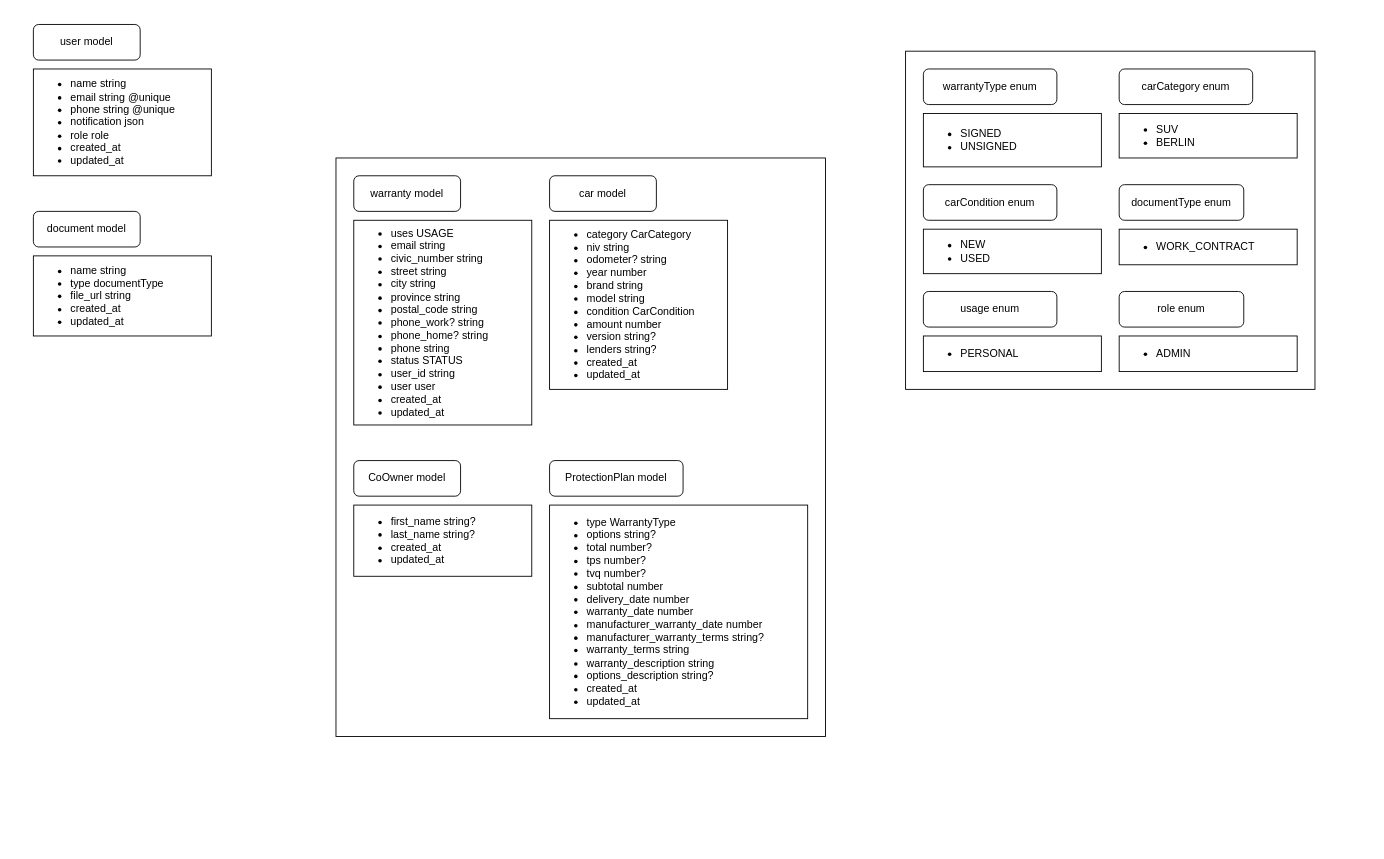
The draw.io diagram Untitled Diagram.drawio in moumbou/assistante-sociale, before the edit. Source tidied: cells renumbered, new cells numbered last; positions are measured from the earlier drawing's top-left corner, leaving out a move shared by most shapes. Both pictures are drawn from the tidied source at 89%, with x=0, y=0 at pixel (33, 24).
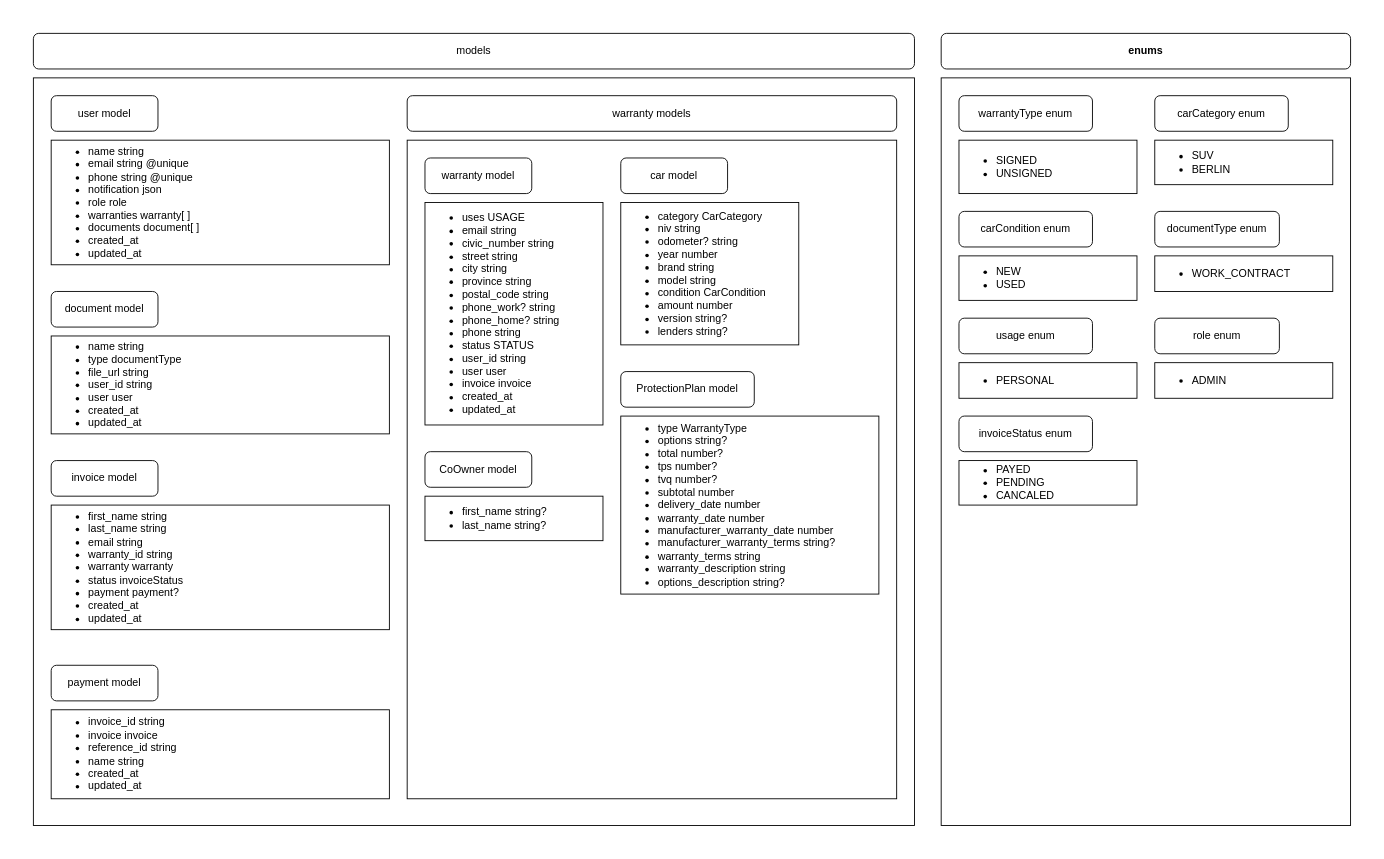
The same page after the edit.

Change to the diagram source:
```diff
@@
+    <mxCell id="28" style="rounded=0;whiteSpace=wrap;html=1;strokeColor=#FFFFFF;" parent="1" vertex="1">
+      <mxGeometry x="-20" y="-10" width="1520" height="930" as="geometry" />
+    </mxCell>
+    <mxCell id="29" style="rounded=0;whiteSpace=wrap;html=1;" parent="1" vertex="1">
+      <mxGeometry y="60" width="990" height="840" as="geometry" />
+    </mxCell>
     <mxCell id="2" style="rounded=0;whiteSpace=wrap;html=1;" parent="1" vertex="1">
-      <mxGeometry x="340" y="150" width="550" height="650" as="geometry" />
+      <mxGeometry x="420" y="130" width="550" height="740" as="geometry" />
     </mxCell>
     <mxCell id="3" style="rounded=0;whiteSpace=wrap;html=1;fillStyle=solid;" parent="1" vertex="1">
-      <mxGeometry x="980" y="30" width="460" height="380" as="geometry" />
+      <mxGeometry x="1020" y="60" width="460" height="840" as="geometry" />
     </mxCell>
-    <mxCell id="4" value="&lt;ul&gt;&lt;li&gt;name string&lt;/li&gt;&lt;li&gt;email string @unique&lt;/li&gt;&lt;li&gt;phone string @unique&lt;/li&gt;&lt;li&gt;notification json&lt;/li&gt;&lt;li&gt;role role&lt;/li&gt;&lt;li&gt;created_at&lt;/li&gt;&lt;li&gt;updated_at&lt;/li&gt;&lt;/ul&gt;" style="rounded=0;whiteSpace=wrap;html=1;align=left;" parent="1" vertex="1">
-      <mxGeometry y="50" width="200" height="120" as="geometry" />
+    <mxCell id="4" value="&lt;ul&gt;&lt;li&gt;name string&lt;/li&gt;&lt;li&gt;email string @unique&lt;/li&gt;&lt;li&gt;phone string @unique&lt;/li&gt;&lt;li&gt;notification json&lt;/li&gt;&lt;li&gt;role role&lt;/li&gt;&lt;li&gt;warranties warranty[ ]&lt;/li&gt;&lt;li&gt;documents document[ ]&lt;/li&gt;&lt;li&gt;created_at&lt;/li&gt;&lt;li&gt;updated_at&lt;/li&gt;&lt;/ul&gt;" style="rounded=0;whiteSpace=wrap;html=1;align=left;" parent="1" vertex="1">
+      <mxGeometry x="20" y="130" width="380" height="140" as="geometry" />
     </mxCell>
     <mxCell id="5" value="user model" style="rounded=1;whiteSpace=wrap;html=1;" parent="1" vertex="1">
-      <mxGeometry width="120" height="40" as="geometry" />
+      <mxGeometry x="20" y="80" width="120" height="40" as="geometry" />
     </mxCell>
-    <mxCell id="6" value="&lt;ul&gt;&lt;li&gt;name string&lt;/li&gt;&lt;li&gt;type documentType&lt;/li&gt;&lt;li&gt;file_url string&lt;/li&gt;&lt;li&gt;created_at&lt;/li&gt;&lt;li&gt;updated_at&lt;/li&gt;&lt;/ul&gt;" style="rounded=0;whiteSpace=wrap;html=1;align=left;" parent="1" vertex="1">
-      <mxGeometry y="260" width="200" height="90" as="geometry" />
+    <mxCell id="6" value="&lt;ul&gt;&lt;li&gt;name string&lt;/li&gt;&lt;li&gt;type documentType&lt;/li&gt;&lt;li&gt;file_url string&lt;/li&gt;&lt;li&gt;user_id string&lt;/li&gt;&lt;li&gt;user user&lt;/li&gt;&lt;li&gt;created_at&lt;/li&gt;&lt;li&gt;updated_at&lt;/li&gt;&lt;/ul&gt;" style="rounded=0;whiteSpace=wrap;html=1;align=left;" parent="1" vertex="1">
+      <mxGeometry x="20" y="350" width="380" height="110" as="geometry" />
     </mxCell>
     <mxCell id="7" value="document model" style="rounded=1;whiteSpace=wrap;html=1;" parent="1" vertex="1">
-      <mxGeometry y="210" width="120" height="40" as="geometry" />
+      <mxGeometry x="20" y="300" width="120" height="40" as="geometry" />
     </mxCell>
-    <mxCell id="8" value="&lt;ul&gt;&lt;li&gt;uses USAGE&lt;/li&gt;&lt;li&gt;email string&lt;/li&gt;&lt;li&gt;civic_number string&lt;/li&gt;&lt;li&gt;street string&lt;/li&gt;&lt;li&gt;city string&lt;/li&gt;&lt;li&gt;province string&lt;/li&gt;&lt;li&gt;postal_code string&lt;/li&gt;&lt;li&gt;phone_work? string&lt;/li&gt;&lt;li&gt;phone_home? string&lt;/li&gt;&lt;li&gt;phone string&lt;/li&gt;&lt;li&gt;status STATUS&lt;/li&gt;&lt;li&gt;user_id string&lt;/li&gt;&lt;li&gt;user user&lt;/li&gt;&lt;li&gt;created_at&lt;/li&gt;&lt;li&gt;updated_at&lt;/li&gt;&lt;/ul&gt;" style="rounded=0;whiteSpace=wrap;html=1;align=left;" parent="1" vertex="1">
-      <mxGeometry x="360" y="220" width="200" height="230" as="geometry" />
+    <mxCell id="8" value="&lt;ul&gt;&lt;li&gt;uses USAGE&lt;/li&gt;&lt;li&gt;email string&lt;/li&gt;&lt;li&gt;civic_number string&lt;/li&gt;&lt;li&gt;street string&lt;/li&gt;&lt;li&gt;city string&lt;/li&gt;&lt;li&gt;province string&lt;/li&gt;&lt;li&gt;postal_code string&lt;/li&gt;&lt;li&gt;phone_work? string&lt;/li&gt;&lt;li&gt;phone_home? string&lt;/li&gt;&lt;li&gt;phone string&lt;/li&gt;&lt;li&gt;status STATUS&lt;/li&gt;&lt;li&gt;user_id string&lt;/li&gt;&lt;li&gt;user user&lt;/li&gt;&lt;li&gt;invoice invoice&lt;/li&gt;&lt;li&gt;created_at&lt;/li&gt;&lt;li&gt;updated_at&lt;/li&gt;&lt;/ul&gt;" style="rounded=0;whiteSpace=wrap;html=1;align=left;" parent="1" vertex="1">
+      <mxGeometry x="440" y="200" width="200" height="250" as="geometry" />
     </mxCell>
     <mxCell id="9" value="warranty model" style="rounded=1;whiteSpace=wrap;html=1;" parent="1" vertex="1">
-      <mxGeometry x="360" y="170" width="120" height="40" as="geometry" />
+      <mxGeometry x="440" y="150" width="120" height="40" as="geometry" />
     </mxCell>
-    <mxCell id="10" value="&lt;ul&gt;&lt;li&gt;category CarCategory&lt;/li&gt;&lt;li&gt;niv string&lt;/li&gt;&lt;li&gt;odometer? string&lt;/li&gt;&lt;li&gt;year number&lt;/li&gt;&lt;li&gt;brand string&lt;/li&gt;&lt;li&gt;model string&lt;/li&gt;&lt;li&gt;condition CarCondition&lt;/li&gt;&lt;li&gt;amount number&lt;/li&gt;&lt;li&gt;version string?&lt;/li&gt;&lt;li&gt;lenders string?&lt;/li&gt;&lt;li&gt;created_at&lt;/li&gt;&lt;li&gt;updated_at&lt;/li&gt;&lt;/ul&gt;" style="rounded=0;whiteSpace=wrap;html=1;align=left;" parent="1" vertex="1">
-      <mxGeometry x="580" y="220" width="200" height="190" as="geometry" />
+    <mxCell id="10" value="&lt;ul&gt;&lt;li&gt;category CarCategory&lt;/li&gt;&lt;li&gt;niv string&lt;/li&gt;&lt;li&gt;odometer? string&lt;/li&gt;&lt;li&gt;year number&lt;/li&gt;&lt;li&gt;brand string&lt;/li&gt;&lt;li&gt;model string&lt;/li&gt;&lt;li&gt;condition CarCondition&lt;/li&gt;&lt;li&gt;amount number&lt;/li&gt;&lt;li&gt;version string?&lt;/li&gt;&lt;li&gt;lenders string?&lt;/li&gt;&lt;/ul&gt;" style="rounded=0;whiteSpace=wrap;html=1;align=left;" parent="1" vertex="1">
+      <mxGeometry x="660" y="200" width="200" height="160" as="geometry" />
     </mxCell>
     <mxCell id="11" value="car model" style="rounded=1;whiteSpace=wrap;html=1;" parent="1" vertex="1">
-      <mxGeometry x="580" y="170" width="120" height="40" as="geometry" />
+      <mxGeometry x="660" y="150" width="120" height="40" as="geometry" />
     </mxCell>
-    <mxCell id="12" value="&lt;ul&gt;&lt;li&gt;first_name string?&lt;/li&gt;&lt;li&gt;last_name string?&lt;/li&gt;&lt;li&gt;created_at&lt;/li&gt;&lt;li&gt;updated_at&lt;/li&gt;&lt;/ul&gt;" style="rounded=0;whiteSpace=wrap;html=1;align=left;" parent="1" vertex="1">
-      <mxGeometry x="360" y="540" width="200" height="80" as="geometry" />
+    <mxCell id="12" value="&lt;ul&gt;&lt;li&gt;first_name string?&lt;/li&gt;&lt;li&gt;last_name string?&lt;/li&gt;&lt;/ul&gt;" style="rounded=0;whiteSpace=wrap;html=1;align=left;" parent="1" vertex="1">
+      <mxGeometry x="440" y="530" width="200" height="50" as="geometry" />
     </mxCell>
     <mxCell id="13" value="CoOwner model" style="rounded=1;whiteSpace=wrap;html=1;" parent="1" vertex="1">
-      <mxGeometry x="360" y="490" width="120" height="40" as="geometry" />
+      <mxGeometry x="440" y="480" width="120" height="40" as="geometry" />
     </mxCell>
-    <mxCell id="14" value="&lt;ul&gt;&lt;li&gt;type WarrantyType&lt;/li&gt;&lt;li&gt;options string?&lt;/li&gt;&lt;li&gt;total number?&lt;/li&gt;&lt;li&gt;tps number?&lt;/li&gt;&lt;li&gt;tvq number?&lt;/li&gt;&lt;li&gt;subtotal number&lt;/li&gt;&lt;li&gt;delivery_date number&lt;/li&gt;&lt;li&gt;warranty_date number&lt;/li&gt;&lt;li&gt;manufacturer_warranty_date number&lt;/li&gt;&lt;li&gt;manufacturer_warranty_terms string?&lt;/li&gt;&lt;li&gt;warranty_terms string&lt;/li&gt;&lt;li&gt;warranty_description string&lt;/li&gt;&lt;li&gt;options_description string?&lt;/li&gt;&lt;li&gt;created_at&lt;/li&gt;&lt;li&gt;updated_at&lt;/li&gt;&lt;/ul&gt;" style="rounded=0;whiteSpace=wrap;html=1;align=left;" parent="1" vertex="1">
-      <mxGeometry x="580" y="540" width="290" height="240" as="geometry" />
+    <mxCell id="14" value="&lt;ul&gt;&lt;li&gt;type WarrantyType&lt;/li&gt;&lt;li&gt;options string?&lt;/li&gt;&lt;li&gt;total number?&lt;/li&gt;&lt;li&gt;tps number?&lt;/li&gt;&lt;li&gt;tvq number?&lt;/li&gt;&lt;li&gt;subtotal number&lt;/li&gt;&lt;li&gt;delivery_date number&lt;/li&gt;&lt;li&gt;warranty_date number&lt;/li&gt;&lt;li&gt;manufacturer_warranty_date number&lt;/li&gt;&lt;li&gt;manufacturer_warranty_terms string?&lt;/li&gt;&lt;li&gt;warranty_terms string&lt;/li&gt;&lt;li&gt;warranty_description string&lt;/li&gt;&lt;li&gt;options_description string?&lt;/li&gt;&lt;/ul&gt;" style="rounded=0;whiteSpace=wrap;html=1;align=left;" parent="1" vertex="1">
+      <mxGeometry x="660" y="440" width="290" height="200" as="geometry" />
     </mxCell>
     <mxCell id="15" value="ProtectionPlan model" style="rounded=1;whiteSpace=wrap;html=1;" parent="1" vertex="1">
-      <mxGeometry x="580" y="490" width="150" height="40" as="geometry" />
+      <mxGeometry x="660" y="390" width="150" height="40" as="geometry" />
     </mxCell>
     <mxCell id="16" value="&lt;ul&gt;&lt;li&gt;SIGNED&lt;/li&gt;&lt;li&gt;UNSIGNED&lt;/li&gt;&lt;/ul&gt;" style="rounded=0;whiteSpace=wrap;html=1;align=left;" parent="1" vertex="1">
-      <mxGeometry x="1000" y="100" width="200" height="60" as="geometry" />
+      <mxGeometry x="1040" y="130" width="200" height="60" as="geometry" />
     </mxCell>
     <mxCell id="17" value="warrantyType enum" style="rounded=1;whiteSpace=wrap;html=1;" parent="1" vertex="1">
-      <mxGeometry x="1000" y="50" width="150" height="40" as="geometry" />
+      <mxGeometry x="1040" y="80" width="150" height="40" as="geometry" />
     </mxCell>
     <mxCell id="18" value="&lt;ul&gt;&lt;li&gt;PERSONAL&lt;/li&gt;&lt;/ul&gt;" style="rounded=0;whiteSpace=wrap;html=1;align=left;" parent="1" vertex="1">
-      <mxGeometry x="1000" y="350" width="200" height="40" as="geometry" />
+      <mxGeometry x="1040" y="380" width="200" height="40" as="geometry" />
     </mxCell>
     <mxCell id="19" value="usage enum" style="rounded=1;whiteSpace=wrap;html=1;" parent="1" vertex="1">
-      <mxGeometry x="1000" y="300" width="150" height="40" as="geometry" />
+      <mxGeometry x="1040" y="330" width="150" height="40" as="geometry" />
     </mxCell>
     <mxCell id="20" value="&lt;ul&gt;&lt;li&gt;SUV&lt;/li&gt;&lt;li&gt;BERLIN&lt;/li&gt;&lt;/ul&gt;" style="rounded=0;whiteSpace=wrap;html=1;align=left;" parent="1" vertex="1">
-      <mxGeometry x="1220" y="100" width="200" height="50" as="geometry" />
+      <mxGeometry x="1260" y="130" width="200" height="50" as="geometry" />
     </mxCell>
     <mxCell id="21" value="carCategory enum" style="rounded=1;whiteSpace=wrap;html=1;" parent="1" vertex="1">
-      <mxGeometry x="1220" y="50" width="150" height="40" as="geometry" />
+      <mxGeometry x="1260" y="80" width="150" height="40" as="geometry" />
     </mxCell>
     <mxCell id="22" value="&lt;ul&gt;&lt;li&gt;NEW&lt;/li&gt;&lt;li&gt;USED&lt;/li&gt;&lt;/ul&gt;" style="rounded=0;whiteSpace=wrap;html=1;align=left;" parent="1" vertex="1">
-      <mxGeometry x="1000" y="230" width="200" height="50" as="geometry" />
+      <mxGeometry x="1040" y="260" width="200" height="50" as="geometry" />
     </mxCell>
     <mxCell id="23" value="carCondition enum" style="rounded=1;whiteSpace=wrap;html=1;" parent="1" vertex="1">
-      <mxGeometry x="1000" y="180" width="150" height="40" as="geometry" />
+      <mxGeometry x="1040" y="210" width="150" height="40" as="geometry" />
     </mxCell>
     <mxCell id="24" value="&lt;ul&gt;&lt;li&gt;WORK_CONTRACT&lt;/li&gt;&lt;/ul&gt;" style="rounded=0;whiteSpace=wrap;html=1;align=left;" parent="1" vertex="1">
-      <mxGeometry x="1220" y="230" width="200" height="40" as="geometry" />
+      <mxGeometry x="1260" y="260" width="200" height="40" as="geometry" />
     </mxCell>
     <mxCell id="25" value="documentType enum" style="rounded=1;whiteSpace=wrap;html=1;" parent="1" vertex="1">
-      <mxGeometry x="1220" y="180" width="140" height="40" as="geometry" />
+      <mxGeometry x="1260" y="210" width="140" height="40" as="geometry" />
     </mxCell>
     <mxCell id="26" value="&lt;ul&gt;&lt;li&gt;ADMIN&lt;/li&gt;&lt;/ul&gt;" style="rounded=0;whiteSpace=wrap;html=1;align=left;" parent="1" vertex="1">
-      <mxGeometry x="1220" y="350" width="200" height="40" as="geometry" />
+      <mxGeometry x="1260" y="380" width="200" height="40" as="geometry" />
     </mxCell>
     <mxCell id="27" value="role enum" style="rounded=1;whiteSpace=wrap;html=1;" parent="1" vertex="1">
-      <mxGeometry x="1220" y="300" width="140" height="40" as="geometry" />
+      <mxGeometry x="1260" y="330" width="140" height="40" as="geometry" />
     </mxCell>
+    <mxCell id="30" value="warranty models" style="rounded=1;whiteSpace=wrap;html=1;" parent="1" vertex="1">
+      <mxGeometry x="420" y="80" width="550" height="40" as="geometry" />
+    </mxCell>
+    <mxCell id="31" value="&lt;ul&gt;&lt;li&gt;first_name string&lt;/li&gt;&lt;li&gt;last_name string&lt;/li&gt;&lt;li&gt;email string&lt;/li&gt;&lt;li&gt;warranty_id string&lt;/li&gt;&lt;li&gt;warranty warranty&lt;/li&gt;&lt;li&gt;status invoiceStatus&lt;/li&gt;&lt;li&gt;payment payment?&lt;/li&gt;&lt;li&gt;created_at&lt;/li&gt;&lt;li&gt;updated_at&lt;/li&gt;&lt;/ul&gt;" style="rounded=0;whiteSpace=wrap;html=1;align=left;" parent="1" vertex="1">
+      <mxGeometry x="20" y="540" width="380" height="140" as="geometry" />
+    </mxCell>
+    <mxCell id="32" value="invoice model" style="rounded=1;whiteSpace=wrap;html=1;" parent="1" vertex="1">
+      <mxGeometry x="20" y="490" width="120" height="40" as="geometry" />
+    </mxCell>
+    <mxCell id="33" value="&lt;ul&gt;&lt;li&gt;invoice_id string&lt;/li&gt;&lt;li&gt;invoice invoice&lt;/li&gt;&lt;li&gt;reference_id string&lt;/li&gt;&lt;li&gt;name string&lt;/li&gt;&lt;li&gt;created_at&lt;/li&gt;&lt;li&gt;updated_at&lt;/li&gt;&lt;/ul&gt;" style="rounded=0;whiteSpace=wrap;html=1;align=left;" parent="1" vertex="1">
+      <mxGeometry x="20" y="770" width="380" height="100" as="geometry" />
+    </mxCell>
+    <mxCell id="34" value="payment model" style="rounded=1;whiteSpace=wrap;html=1;" parent="1" vertex="1">
+      <mxGeometry x="20" y="720" width="120" height="40" as="geometry" />
+    </mxCell>
+    <mxCell id="35" value="&lt;ul&gt;&lt;li&gt;PAYED&lt;/li&gt;&lt;li&gt;PENDING&lt;/li&gt;&lt;li&gt;CANCALED&lt;/li&gt;&lt;/ul&gt;" style="rounded=0;whiteSpace=wrap;html=1;align=left;" parent="1" vertex="1">
+      <mxGeometry x="1040" y="490" width="200" height="50" as="geometry" />
+    </mxCell>
+    <mxCell id="36" value="invoiceStatus enum" style="rounded=1;whiteSpace=wrap;html=1;" parent="1" vertex="1">
+      <mxGeometry x="1040" y="440" width="150" height="40" as="geometry" />
+    </mxCell>
+    <mxCell id="37" value="models" style="rounded=1;whiteSpace=wrap;html=1;" parent="1" vertex="1">
+      <mxGeometry y="10" width="990" height="40" as="geometry" />
+    </mxCell>
+    <mxCell id="38" value="enums" style="rounded=1;whiteSpace=wrap;html=1;fontStyle=1;" parent="1" vertex="1">
+      <mxGeometry x="1020" y="10" width="460" height="40" as="geometry" />
+    </mxCell>
```
